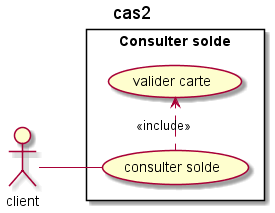
Before: out/DiagrammeDeChoixDeConception2/cas2.png, a diagram exported from PlantUML (ZeroAbsolue/infidelite). The source it was exported from:
```plantuml
@startuml
title cas2
left to right direction

actor client as C
rectangle "Consulter solde" {
    usecase "consulter solde" as UC1
    usecase "valider carte" as UC2

    UC1 .> UC2 : <<include>>

}

C -- UC1
@enduml
```
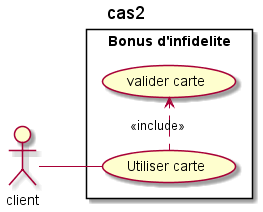
Later version of the same file.

The edit, as a diff of the source:
```diff
@@ -3,12 +3,11 @@
 left to right direction
 
 actor client as C
-rectangle "Consulter solde" {
-    usecase "consulter solde" as UC1
+rectangle "Bonus d'infidelite" {
+    usecase "Utiliser carte" as UC1
     usecase "valider carte" as UC2
 
     UC1 .> UC2 : <<include>>
-
 }
 
 C -- UC1
```
